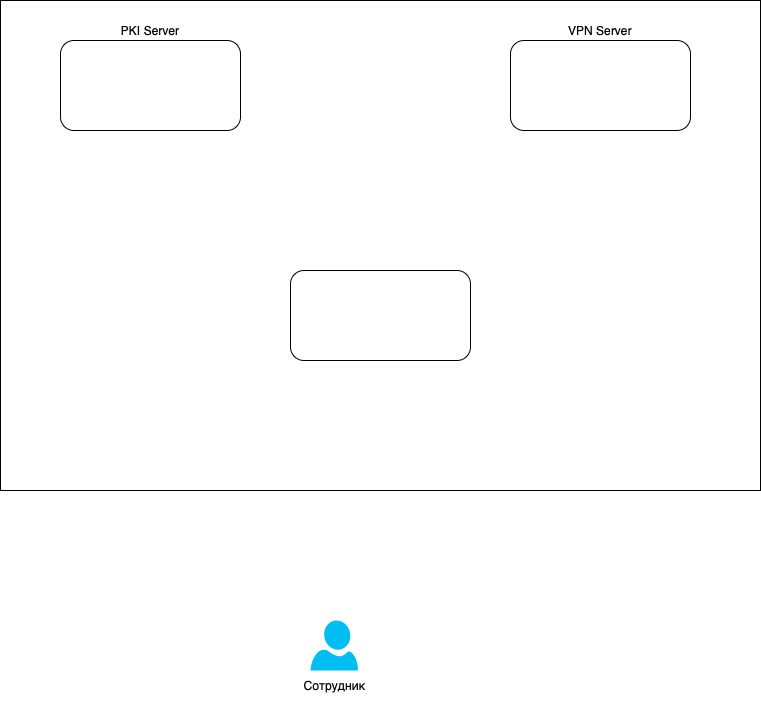
Above: docs/images/vpn-flow.png in Zarinec/devops-vpn-project (draw.io), before the change. Source tidied: cells renumbered, new cells last; positions are measured from the earlier drawing's top-left corner, leaving out a move shared by most shapes.
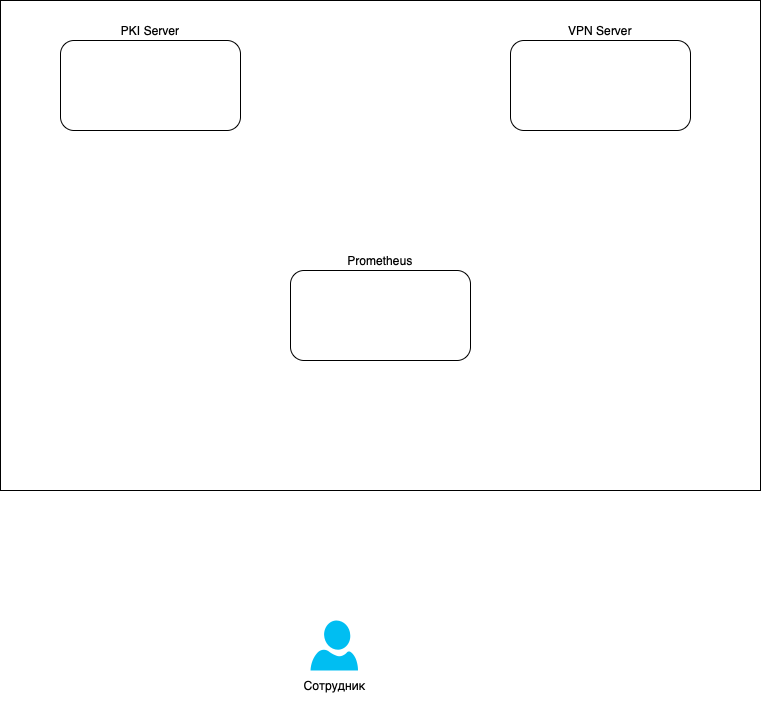
Later version of the same file.

Diff of the diagram source:
```diff
@@ -14,7 +14,7 @@
     <mxCell id="5" value="PKI Server" style="rounded=1;whiteSpace=wrap;html=1;align=center;labelPosition=center;verticalLabelPosition=top;verticalAlign=bottom;" parent="1" vertex="1">
       <mxGeometry x="60" y="40" width="180" height="90" as="geometry" />
     </mxCell>
-    <mxCell id="6" style="rounded=1;whiteSpace=wrap;html=1;" parent="1" vertex="1">
+    <mxCell id="6" value="Prometheus" style="rounded=1;whiteSpace=wrap;html=1;labelPosition=center;verticalLabelPosition=top;align=center;verticalAlign=bottom;" parent="1" vertex="1">
       <mxGeometry x="290" y="270" width="180" height="90" as="geometry" />
     </mxCell>
     <mxCell id="7" value="VPN Server" style="rounded=1;whiteSpace=wrap;html=1;labelPosition=center;verticalLabelPosition=top;align=center;verticalAlign=bottom;" parent="1" vertex="1">
```
